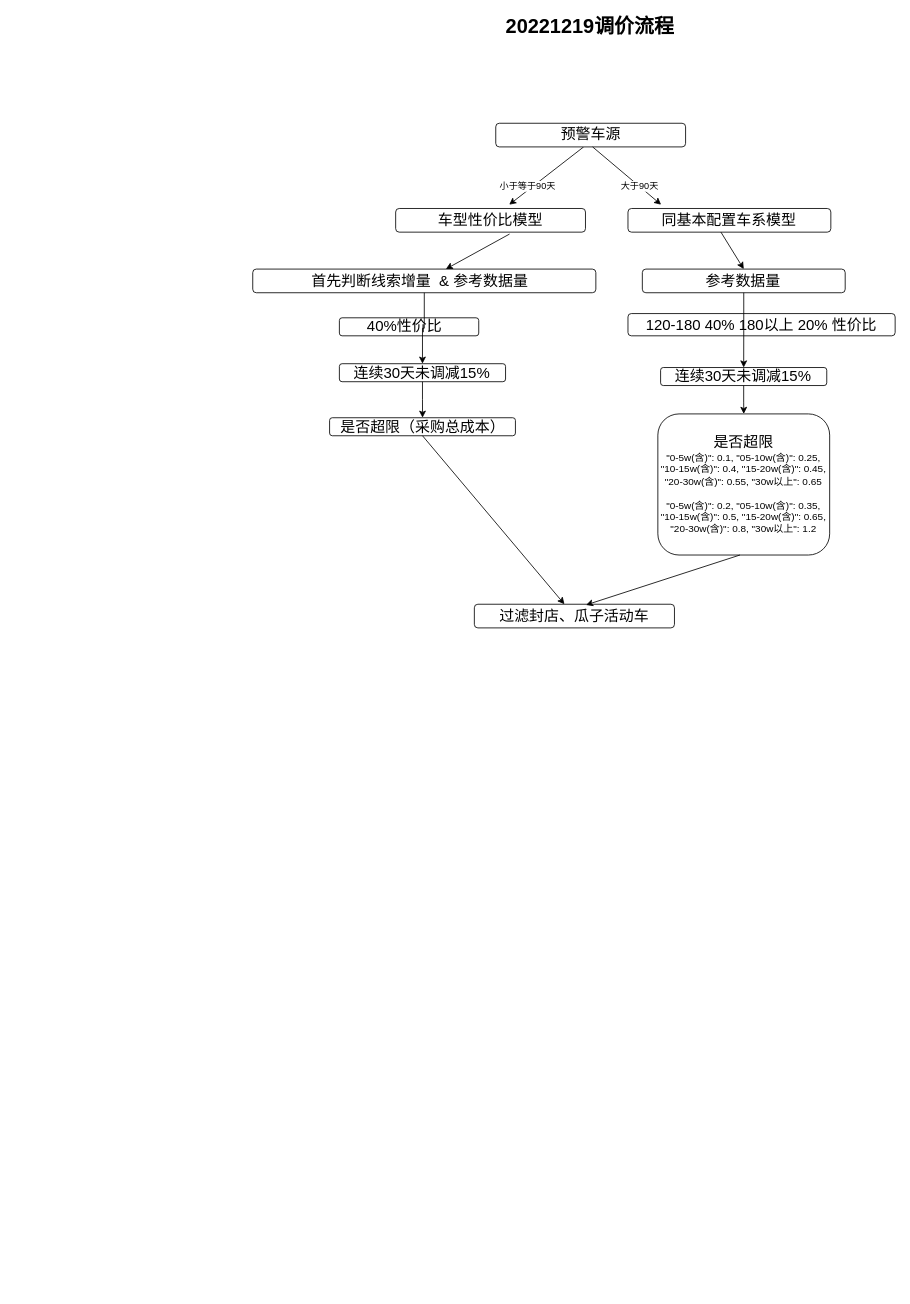
Before: 未命名绘图.drawio in mrlonely001/gittest, a draw.io diagram. Source tidied: cells renumbered, new cells numbered last; positions are measured from the earlier drawing's top-left corner, leaving out a move shared by most shapes. Both pictures are drawn from the tidied source at 83%, with x=0, y=0 at pixel (252, 14).
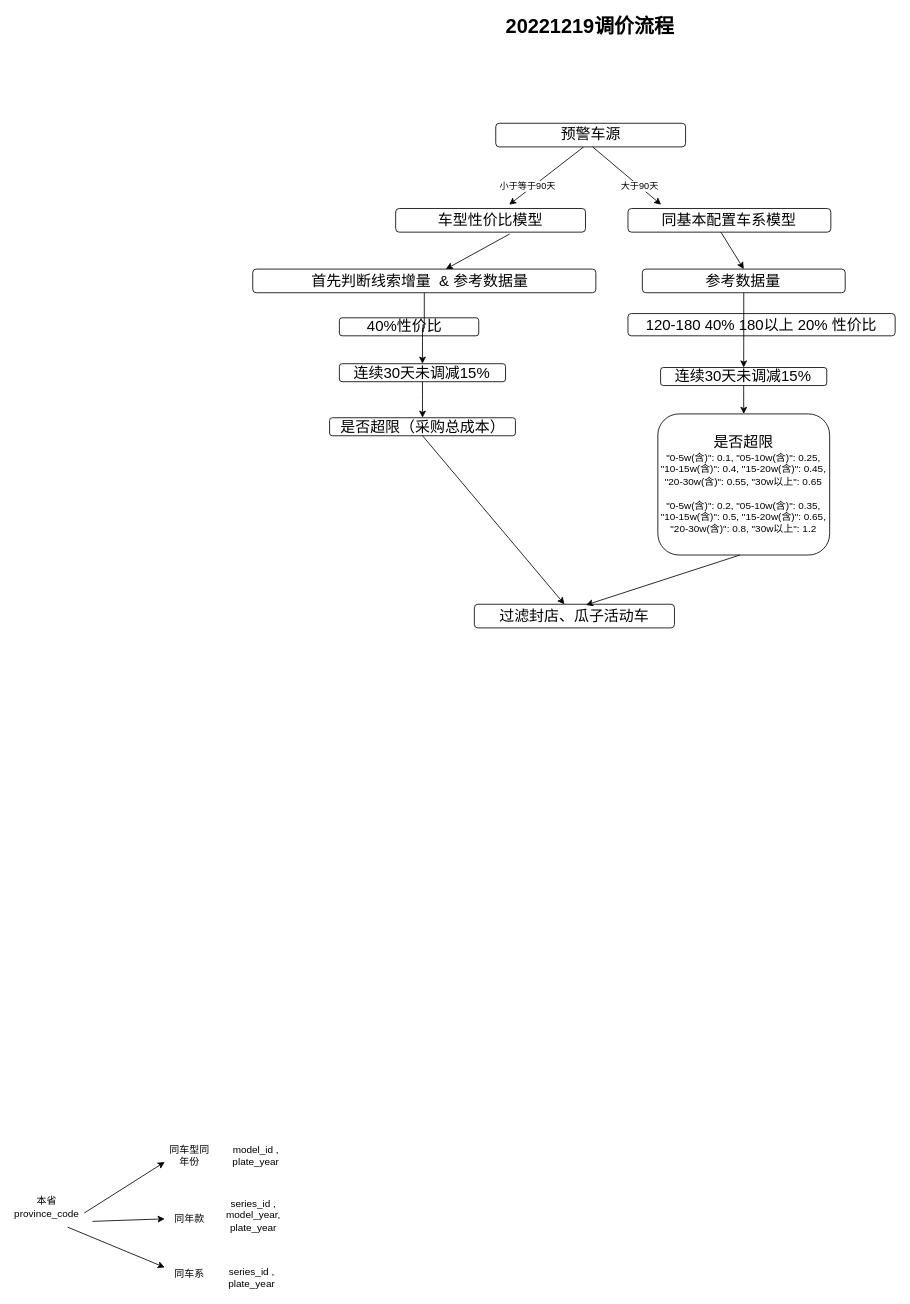
The same page after the edit.

Commit message:
更新未命名绘图.drawio

Diff of the diagram source:
```diff
@@
+    <mxCell id="28" value="同车型同年份" style="text;html=1;align=center;verticalAlign=middle;whiteSpace=wrap;rounded=0;" parent="1" vertex="1">
+      <mxGeometry x="-106" y="1360" width="60" height="30" as="geometry" />
+    </mxCell>
+    <mxCell id="29" value="同年款" style="text;html=1;align=center;verticalAlign=middle;whiteSpace=wrap;rounded=0;" parent="1" vertex="1">
+      <mxGeometry x="-106" y="1436" width="60" height="30" as="geometry" />
+    </mxCell>
+    <mxCell id="30" value="同车系" style="text;html=1;align=center;verticalAlign=middle;whiteSpace=wrap;rounded=0;" parent="1" vertex="1">
+      <mxGeometry x="-106" y="1502" width="60" height="30" as="geometry" />
+    </mxCell>
+    <mxCell id="31" value="model_id , plate_year" style="text;html=1;align=center;verticalAlign=middle;whiteSpace=wrap;rounded=0;" parent="1" vertex="1">
+      <mxGeometry x="-26" y="1360" width="60" height="30" as="geometry" />
+    </mxCell>
+    <mxCell id="32" value="series_id , model_year,&lt;div&gt;plate_year&lt;br&gt;&lt;/div&gt;" style="text;html=1;align=center;verticalAlign=middle;whiteSpace=wrap;rounded=0;" parent="1" vertex="1">
+      <mxGeometry x="-29" y="1432" width="60" height="30" as="geometry" />
+    </mxCell>
+    <mxCell id="33" value="series_id , plate_year" style="text;html=1;align=center;verticalAlign=middle;whiteSpace=wrap;rounded=0;" parent="1" vertex="1">
+      <mxGeometry x="-31" y="1507" width="60" height="30" as="geometry" />
+    </mxCell>
+    <mxCell id="34" value="本省 province_code" style="text;html=1;align=center;verticalAlign=middle;whiteSpace=wrap;rounded=0;" parent="1" vertex="1">
+      <mxGeometry x="-278" y="1423" width="60" height="27" as="geometry" />
+    </mxCell>
+    <mxCell id="35" style="endArrow=classic;html=1;rounded=0;entryX=0;entryY=0.75;entryDx=0;entryDy=0;" parent="1" edge="1" target="28">
+      <mxGeometry relative="1" as="geometry">
+        <mxPoint x="-203" y="1444" as="sourcePoint" />
+      </mxGeometry>
+    </mxCell>
+    <mxCell id="36" style="endArrow=classic;html=1;rounded=0;entryX=0;entryY=0.5;entryDx=0;entryDy=0;" parent="1" edge="1" target="29">
+      <mxGeometry relative="1" as="geometry">
+        <mxPoint x="-193" y="1454" as="sourcePoint" />
+      </mxGeometry>
+    </mxCell>
+    <mxCell id="37" style="endArrow=classic;html=1;rounded=0;entryX=0;entryY=0.25;entryDx=0;entryDy=0;" parent="1" edge="1" target="30">
+      <mxGeometry relative="1" as="geometry">
+        <mxPoint x="-223" y="1461" as="sourcePoint" />
+      </mxGeometry>
+    </mxCell>
```
